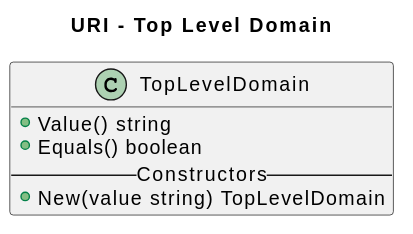
Earlier version of the PlantUML export diagrams/uri/top-level-domain.svg (attestify/kernel-specification).
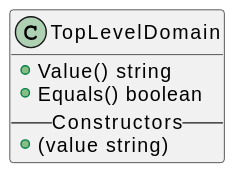
The same file after the commit.

Change to the diagram source:
```diff
@@ -1,10 +1,8 @@
 @startuml
-title "URI - Top Level Domain"
-
 class TopLevelDomain {
 + Value() string
 + Equals() boolean
 -- Constructors --
-+ New(value string) TopLevelDomain
++ (value string)
 }
 @enduml
```
